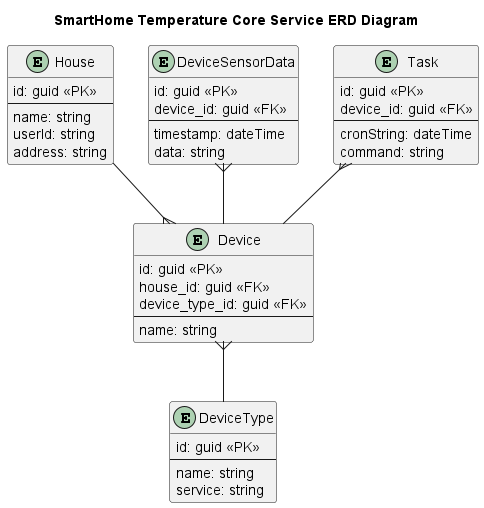
This is diagrams/erd/ERD_SmartHomeService.png from noisegrind3r/architecture-sprint-3, a PlantUML export, as it was before one commit. The source it was exported from:
```plantuml
@startuml
title SmartHome Temperature Core Service ERD Diagram

top to bottom direction

entity House {
    id: guid <<PK>>
    --
    name: string
    userId: string
    address: string
}

entity DeviceType {
    id: guid <<PK>>
    ---
    name: string
    service: string
}

entity Device {
    id: guid <<PK>>
    house_id: guid <<FK>>
    device_type_id: guid <<FK>>
    --
    name: string
}

entity DeviceSensorData {
    id: guid <<PK>>
    device_id: guid <<FK>>
    --
    timestamp: dateTime
    data: string
}

entity Task {
    id: guid <<PK>>
    device_id: guid <<FK>>
    --
    cronString: dateTime
    command: string
}

House --{ Device
Device }-- DeviceType
DeviceSensorData }-- Device
Task }-- Device

@enduml
```
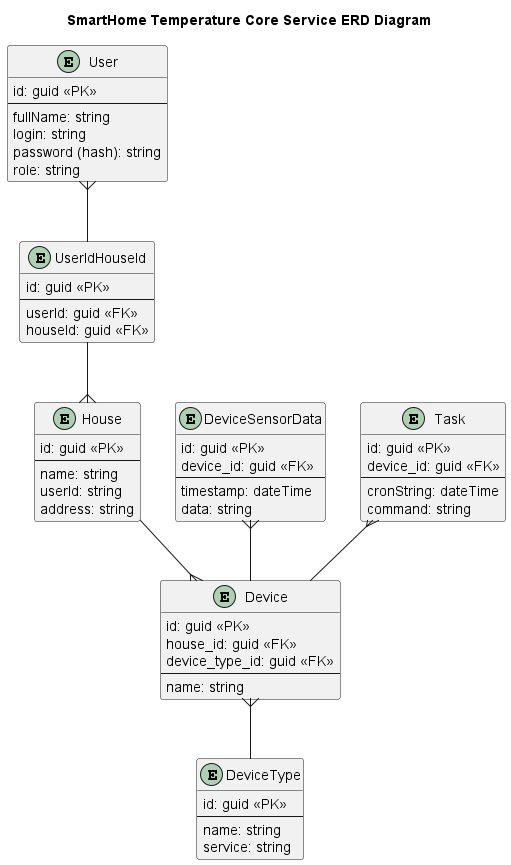
The same diagram one commit later.

Commit message:
fix: review remarks - add domain description and update erd diagram

The edit, as a diff of the source:
```diff
@@ -2,6 +2,22 @@
 title SmartHome Temperature Core Service ERD Diagram
 
 top to bottom direction
+
+entity User {
+    id: guid <<PK>>
+    --
+    fullName: string
+    login: string
+    password (hash): string
+    role: string
+}
+
+entity UserIdHouseId {
+    id: guid <<PK>>
+    --
+    userId: guid <<FK>>
+    houseId: guid <<FK>>
+}
 
 entity House {
     id: guid <<PK>>
@@ -42,6 +58,8 @@
     command: string
 }
 
+User }-- UserIdHouseId
+UserIdHouseId --{ House
 House --{ Device
 Device }-- DeviceType
 DeviceSensorData }-- Device
```
